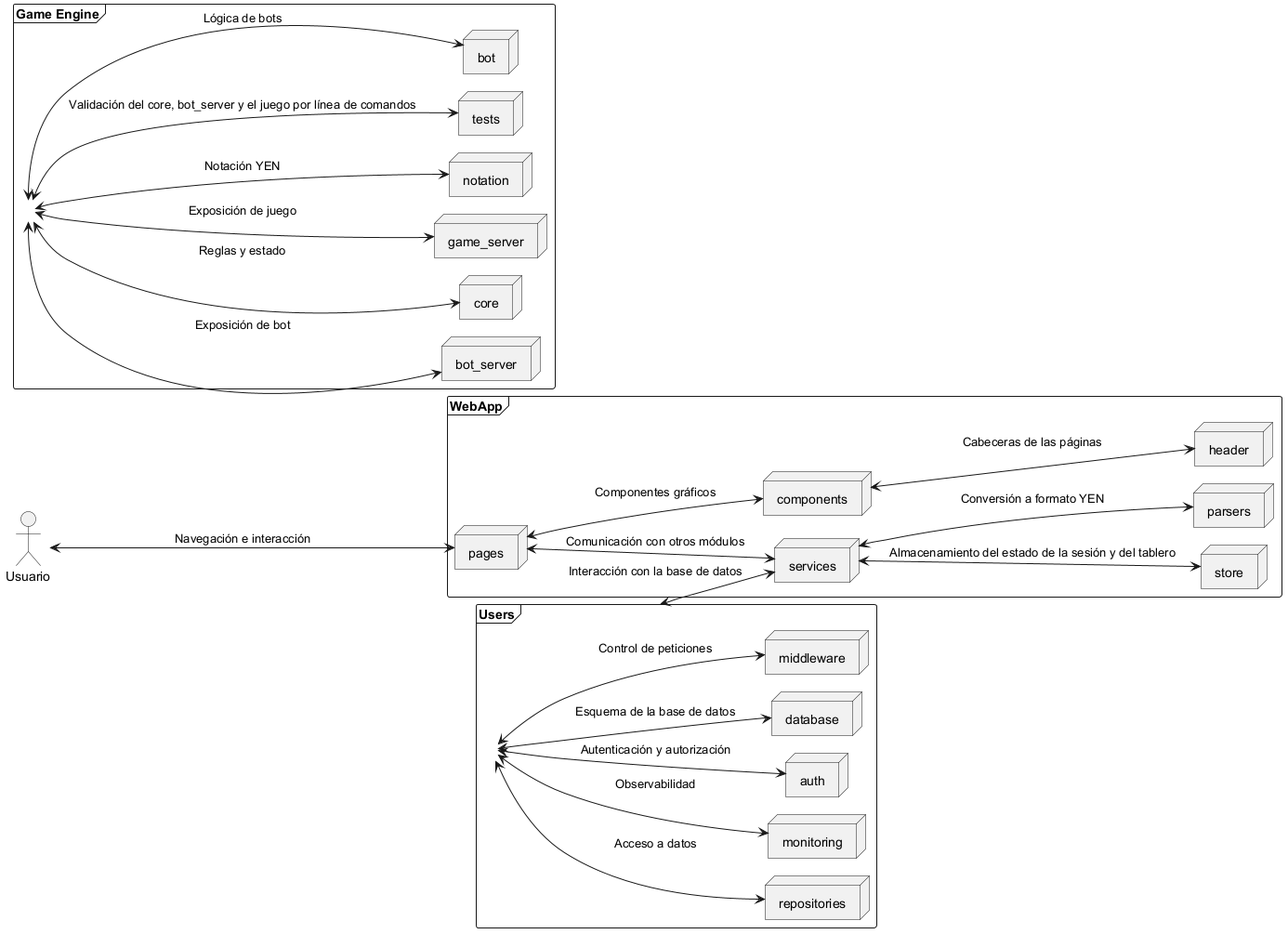
Above: images/Nivel 3.png in Arquisoft/yovi_es5a (PlantUML), before the change. The source it was exported from:
```plantuml
@startuml
skinparam monochrome true
left to right direction

actor Usuario

frame "WebApp" {
  node "pages"
  node "components"
  node "services"
  node "store"
  node "parsers"
  node "header"
}

frame "Users" {
  node "auth"
  node "database"
  node "middleware"
  node "repositories"
  node "services"
  node "monitoring"
}

frame "Game Engine" {
  node "bot"
  node "bot_server"
  node "core"
  node "game_server"
  node "notation"
  node "tests"
}

"Usuario" <--> "pages" : Navegación e interacción
"pages" <--> "components" : Componentes gráficos
"pages" <--> "services" : Comunicación con otros módulos
"services" <--> "store" : Almacenamiento del estado de la sesión y del tablero
"services" <--> "parsers" : Conversión a formato YEN
"components" <--> "header" : Cabeceras de las páginas

"Users" <--> "auth" : Autenticación y autorización
"Users" <--> "database" : Esquema de la base de datos
"Users" <--> "middleware" : Control de peticiones
"Users" <--> "repositories" : Acceso a datos
"Users" <--> "services" : Interacción con la base de datos
"Users" <--> "monitoring" : Observabilidad

"Game Engine" <--> "bot" : Lógica de bots
"Game Engine" <--> "bot_server" : Exposición de bot
"Game Engine" <--> "core" : Reglas y estado
"Game Engine" <--> "game_server" : Exposición de juego
"Game Engine" <--> "notation" : Notación YEN
"Game Engine" <--> "tests" : Validación del core, bot_server y el juego por línea de comandos

@enduml
```
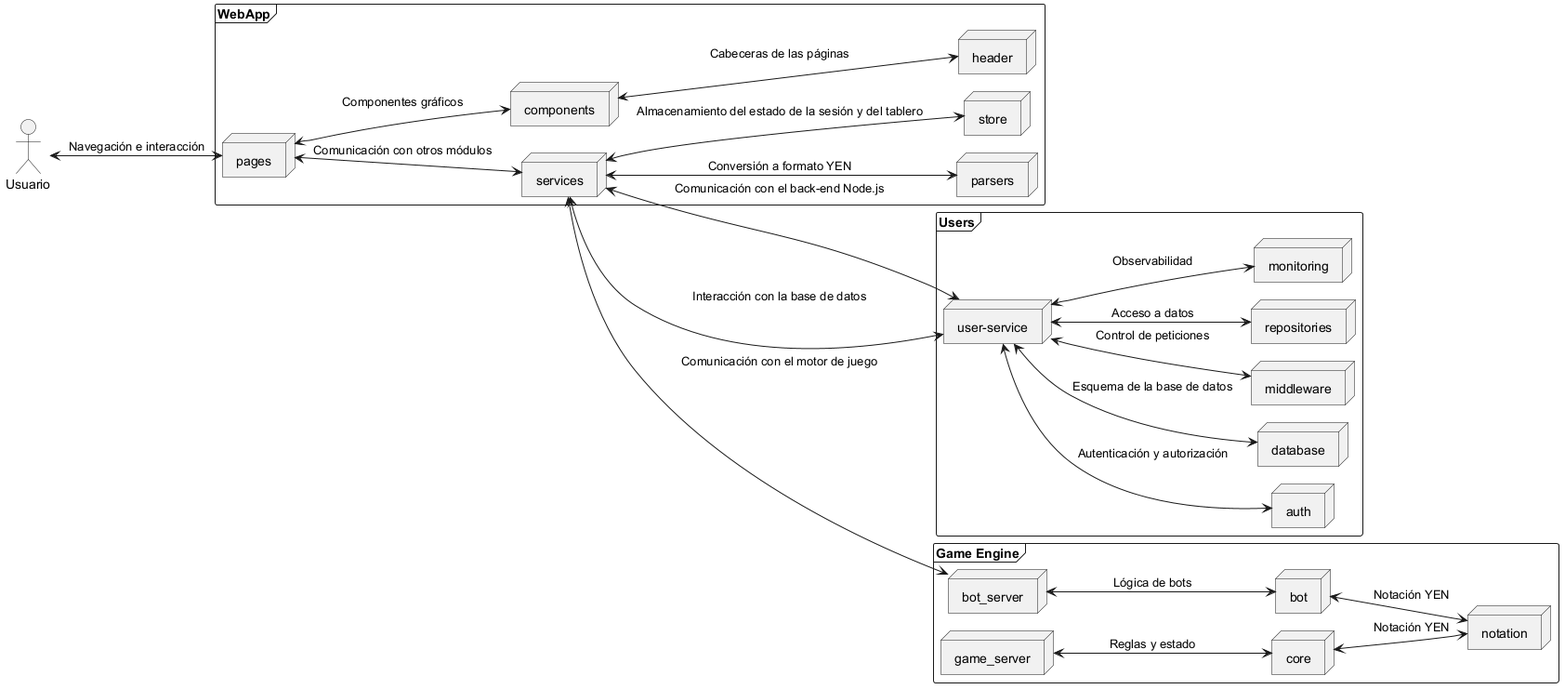
Later version of the same file.

Diff of the diagram source:
```diff
@@ -14,6 +14,7 @@
 }
 
 frame "Users" {
+  node "user-service"
   node "auth"
   node "database"
   node "middleware"
@@ -28,7 +29,6 @@
   node "core"
   node "game_server"
   node "notation"
-  node "tests"
 }
 
 "Usuario" <--> "pages" : Navegación e interacción
@@ -38,18 +38,18 @@
 "services" <--> "parsers" : Conversión a formato YEN
 "components" <--> "header" : Cabeceras de las páginas
 
-"Users" <--> "auth" : Autenticación y autorización
-"Users" <--> "database" : Esquema de la base de datos
-"Users" <--> "middleware" : Control de peticiones
-"Users" <--> "repositories" : Acceso a datos
-"Users" <--> "services" : Interacción con la base de datos
-"Users" <--> "monitoring" : Observabilidad
+"services" <--> "user-service" : Comunicación con el back-end Node.js
+"user-service" <--> "auth" : Autenticación y autorización
+"user-service" <--> "database" : Esquema de la base de datos
+"user-service" <--> "middleware" : Control de peticiones
+"user-service" <--> "repositories" : Acceso a datos
+"user-service" <--> "services" : Interacción con la base de datos
+"user-service" <--> "monitoring" : Observabilidad
 
-"Game Engine" <--> "bot" : Lógica de bots
-"Game Engine" <--> "bot_server" : Exposición de bot
-"Game Engine" <--> "core" : Reglas y estado
-"Game Engine" <--> "game_server" : Exposición de juego
-"Game Engine" <--> "notation" : Notación YEN
-"Game Engine" <--> "tests" : Validación del core, bot_server y el juego por línea de comandos
+"services" <--> "bot_server" : Comunicación con el motor de juego
+"bot_server" <--> "bot" : Lógica de bots
+"game_server" <--> "core" : Reglas y estado
+"core" <--> "notation" : Notación YEN
+"bot" <--> "notation" : Notación YEN
 
 @enduml
```
